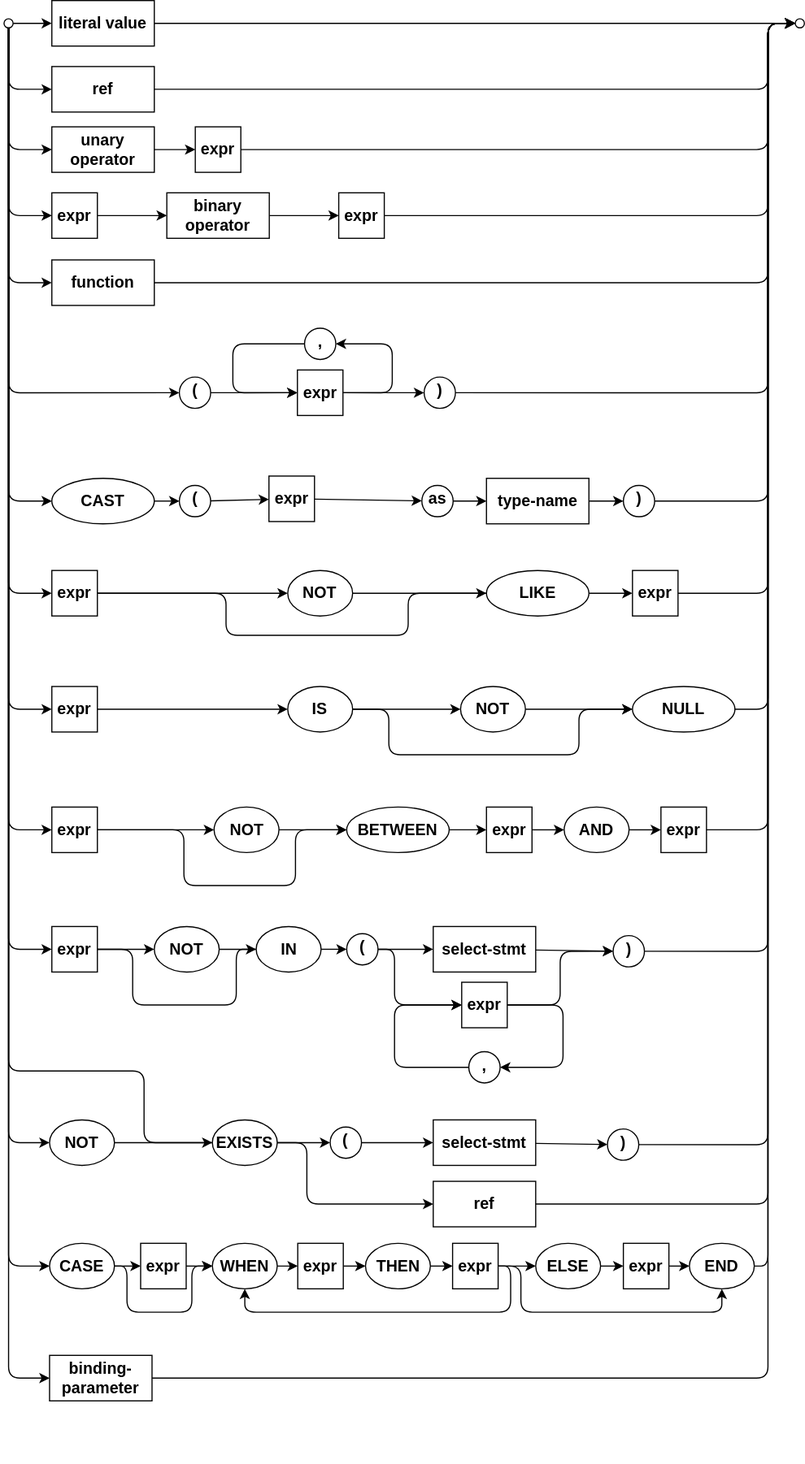
Above: assets/cxl/expr.drawio.svg in capire/docs (draw.io), before the change. Source tidied: cells renumbered, new cells last; positions are measured from the earlier drawing's top-left corner, leaving out a move shared by most shapes.
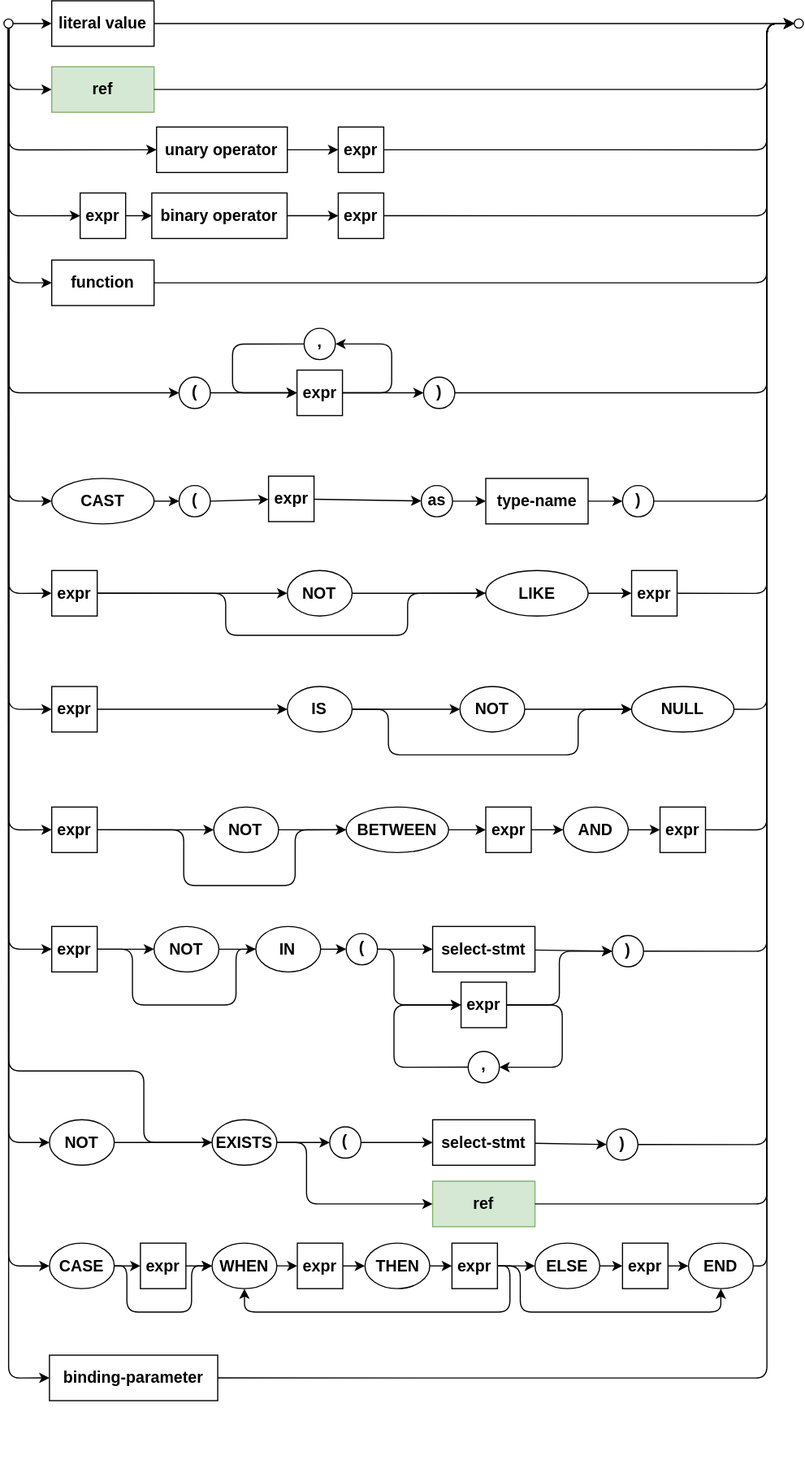
Later version of the same file.

The edit, as a diff of the source:
```diff
@@ -30,7 +30,7 @@
     <mxCell id="9" value="literal value" style="rounded=0;strokeWidth=1;arcSize=37;textDirection=ltr;verticalAlign=middle;spacing=2;fontSize=14;fontStyle=1;horizontal=1;whiteSpace=wrap;html=1;labelBorderColor=none;textShadow=0;perimeterSpacing=0;fillStyle=auto;" parent="1" vertex="1">
       <mxGeometry x="42" width="90" height="40" as="geometry" />
     </mxCell>
-    <mxCell id="10" value="ref" style="rounded=0;strokeWidth=1;arcSize=37;textDirection=ltr;verticalAlign=middle;spacing=2;fontSize=14;fontStyle=1;horizontal=1;whiteSpace=wrap;html=1;labelBorderColor=none;textShadow=0;perimeterSpacing=0;fillStyle=auto;" parent="1" vertex="1">
+    <mxCell id="10" value="ref" style="rounded=0;strokeWidth=1;arcSize=37;textDirection=ltr;verticalAlign=middle;spacing=2;fontSize=14;fontStyle=1;horizontal=1;whiteSpace=wrap;html=1;labelBorderColor=none;textShadow=0;perimeterSpacing=0;fillStyle=auto;fillColor=#d5e8d4;strokeColor=#82b366;" parent="1" vertex="1">
       <mxGeometry x="42" y="58" width="90" height="40" as="geometry" />
     </mxCell>
     <mxCell id="11" style="edgeStyle=orthogonalEdgeStyle;rounded=1;jettySize=auto;exitX=1;exitY=0.5;exitDx=0;exitDy=0;entryX=0;entryY=0.5;entryDx=0;entryDy=0;startArrow=none;startFill=0;endArrow=classic;endFill=1;startSize=6;endSize=6;align=center;textDirection=ltr;verticalAlign=middle;spacing=2;strokeWidth=1;fontSize=14;fontStyle=1;horizontal=1;html=1;labelBorderColor=none;textShadow=0;" parent="1" edge="1" source="10" target="7">
@@ -45,7 +45,7 @@
       <mxGeometry relative="1" as="geometry" />
     </mxCell>
     <mxCell id="13" value="expr" style="rounded=0;strokeWidth=1;arcSize=37;textDirection=ltr;verticalAlign=middle;spacing=2;fontSize=14;fontStyle=1;horizontal=1;whiteSpace=wrap;html=1;labelBorderColor=none;textShadow=0;strokeColor=default;align=center;fontFamily=Helvetica;fontColor=default;fillColor=default;perimeterSpacing=0;fillStyle=auto;" parent="1" vertex="1">
-      <mxGeometry x="168" y="111" width="40" height="40" as="geometry" />
+      <mxGeometry x="294" y="111" width="40" height="40" as="geometry" />
     </mxCell>
     <mxCell id="14" style="edgeStyle=orthogonalEdgeStyle;rounded=1;jettySize=auto;exitX=1;exitY=0.5;exitDx=0;exitDy=0;entryX=0;entryY=0.5;entryDx=0;entryDy=0;startArrow=none;startFill=0;endArrow=classic;endFill=1;startSize=6;endSize=6;align=center;textDirection=ltr;verticalAlign=middle;spacing=2;strokeWidth=1;fontSize=14;fontStyle=1;horizontal=1;html=1;labelBorderColor=none;textShadow=0;" parent="1" edge="1" source="13" target="7">
       <mxGeometry relative="1" as="geometry">
@@ -62,7 +62,7 @@
       <mxGeometry relative="1" as="geometry" />
     </mxCell>
     <mxCell id="17" value="expr" style="rounded=0;strokeWidth=1;arcSize=37;textDirection=ltr;verticalAlign=middle;spacing=2;fontSize=14;fontStyle=1;horizontal=1;whiteSpace=wrap;html=1;labelBorderColor=none;textShadow=0;" parent="1" vertex="1">
-      <mxGeometry x="42" y="169" width="40" height="40" as="geometry" />
+      <mxGeometry x="67" y="169" width="40" height="40" as="geometry" />
     </mxCell>
     <mxCell id="18" value="expr" style="rounded=0;strokeWidth=1;arcSize=37;textDirection=ltr;verticalAlign=middle;spacing=2;fontSize=14;fontStyle=1;horizontal=1;whiteSpace=wrap;html=1;labelBorderColor=none;textShadow=0;strokeColor=default;align=center;fontFamily=Helvetica;fontColor=default;fillColor=default;" parent="1" vertex="1">
       <mxGeometry x="294" y="169" width="40" height="40" as="geometry" />
@@ -95,13 +95,13 @@
     <mxCell id="24" style="edgeStyle=none;entryX=0;entryY=0.5;entryDx=0;entryDy=0;textDirection=ltr;verticalAlign=middle;spacing=2;strokeWidth=1;fontSize=14;fontStyle=1;horizontal=1;html=1;labelBorderColor=none;textShadow=0;" parent="1" edge="1" source="25" target="23">
       <mxGeometry relative="1" as="geometry" />
     </mxCell>
-    <mxCell id="25" value="(" style="ellipse;verticalAlign=middle;spacingBottom=4;textDirection=ltr;spacing=2;strokeWidth=1;fontSize=14;fontStyle=1;horizontal=1;whiteSpace=wrap;html=1;labelBorderColor=none;textShadow=0;" parent="1" vertex="1">
+    <mxCell id="25" value="(" style="ellipse;verticalAlign=top;spacingBottom=4;textDirection=ltr;spacing=0;strokeWidth=1;fontSize=14;fontStyle=1;horizontal=1;whiteSpace=wrap;html=1;labelBorderColor=none;textShadow=0;" parent="1" vertex="1">
       <mxGeometry x="154" y="331" width="27.5" height="27.5" as="geometry" />
     </mxCell>
     <mxCell id="26" value="," style="ellipse;verticalAlign=middle;spacingBottom=4;textDirection=ltr;spacing=2;strokeWidth=1;fontSize=14;fontStyle=1;horizontal=1;whiteSpace=wrap;html=1;labelBorderColor=none;textShadow=0;" parent="1" vertex="1">
       <mxGeometry x="263.9" y="288" width="27.5" height="27.5" as="geometry" />
     </mxCell>
-    <mxCell id="27" value=")" style="ellipse;verticalAlign=middle;spacingBottom=4;textDirection=ltr;spacing=2;strokeWidth=1;fontSize=14;fontStyle=1;horizontal=1;whiteSpace=wrap;html=1;labelBorderColor=none;textShadow=0;" parent="1" vertex="1">
+    <mxCell id="27" value=")" style="ellipse;verticalAlign=top;spacingBottom=4;textDirection=ltr;spacing=0;strokeWidth=1;fontSize=14;fontStyle=1;horizontal=1;whiteSpace=wrap;html=1;labelBorderColor=none;textShadow=0;" parent="1" vertex="1">
       <mxGeometry x="369" y="331" width="27.5" height="27.5" as="geometry" />
     </mxCell>
     <mxCell id="28" style="edgeStyle=orthogonalEdgeStyle;rounded=1;jettySize=auto;exitX=1;exitY=0.5;exitDx=0;exitDy=0;entryX=1;entryY=0.5;entryDx=0;entryDy=0;startArrow=none;startFill=0;endArrow=classic;endFill=1;startSize=6;endSize=6;align=center;textDirection=ltr;verticalAlign=middle;spacing=2;strokeWidth=1;fontSize=14;fontStyle=1;horizontal=1;html=1;labelBorderColor=none;textShadow=0;" parent="1" edge="1" source="23" target="26">
@@ -144,7 +144,7 @@
     <mxCell id="34" style="edgeStyle=none;textDirection=ltr;verticalAlign=middle;spacing=2;strokeWidth=1;fontSize=14;fontStyle=1;horizontal=1;html=1;labelBorderColor=none;textShadow=0;" parent="1" edge="1" source="35" target="37">
       <mxGeometry relative="1" as="geometry" />
     </mxCell>
-    <mxCell id="35" value="(" style="ellipse;verticalAlign=middle;spacingBottom=4;textDirection=ltr;spacing=2;strokeWidth=1;fontSize=14;fontStyle=1;horizontal=1;whiteSpace=wrap;html=1;labelBorderColor=none;textShadow=0;" parent="1" vertex="1">
+    <mxCell id="35" value="(" style="ellipse;verticalAlign=top;spacingBottom=4;textDirection=ltr;spacing=0;strokeWidth=1;fontSize=14;fontStyle=1;horizontal=1;whiteSpace=wrap;html=1;labelBorderColor=none;textShadow=0;" parent="1" vertex="1">
       <mxGeometry x="154" y="426.2" width="27.5" height="27.5" as="geometry" />
     </mxCell>
     <mxCell id="36" style="edgeStyle=none;textDirection=ltr;verticalAlign=middle;spacing=2;strokeWidth=1;fontSize=14;fontStyle=1;horizontal=1;html=1;labelBorderColor=none;textShadow=0;" parent="1" edge="1" source="37" target="39">
@@ -156,7 +156,7 @@
     <mxCell id="38" style="edgeStyle=none;textDirection=ltr;verticalAlign=middle;spacing=2;strokeWidth=1;fontSize=14;fontStyle=1;horizontal=1;html=1;labelBorderColor=none;textShadow=0;" parent="1" edge="1" source="39" target="41">
       <mxGeometry relative="1" as="geometry" />
     </mxCell>
-    <mxCell id="39" value="as" style="ellipse;verticalAlign=middle;spacingBottom=4;textDirection=ltr;spacing=2;strokeWidth=1;fontSize=14;fontStyle=1;horizontal=1;whiteSpace=wrap;html=1;labelBorderColor=none;textShadow=0;" parent="1" vertex="1">
+    <mxCell id="39" value="as" style="ellipse;verticalAlign=top;spacingBottom=4;textDirection=ltr;spacing=0;strokeWidth=1;fontSize=14;fontStyle=1;horizontal=1;whiteSpace=wrap;html=1;labelBorderColor=none;textShadow=0;" parent="1" vertex="1">
       <mxGeometry x="367" y="426.2" width="27.5" height="27.5" as="geometry" />
     </mxCell>
     <mxCell id="40" style="edgeStyle=none;textDirection=ltr;verticalAlign=middle;spacing=2;strokeWidth=1;fontSize=14;fontStyle=1;horizontal=1;html=1;labelBorderColor=none;textShadow=0;" parent="1" edge="1" source="41" target="42">
@@ -165,7 +165,7 @@
     <mxCell id="41" value="type-name" style="rounded=0;strokeWidth=1;arcSize=37;textDirection=ltr;verticalAlign=middle;spacing=2;fontSize=14;fontStyle=1;horizontal=1;whiteSpace=wrap;html=1;labelBorderColor=none;textShadow=0;" parent="1" vertex="1">
       <mxGeometry x="423.8" y="420" width="90" height="40" as="geometry" />
     </mxCell>
-    <mxCell id="42" value=")" style="ellipse;verticalAlign=middle;spacingBottom=4;textDirection=ltr;spacing=2;strokeWidth=1;fontSize=14;fontStyle=1;horizontal=1;whiteSpace=wrap;html=1;labelBorderColor=none;textShadow=0;" parent="1" vertex="1">
+    <mxCell id="42" value=")" style="ellipse;verticalAlign=top;spacingBottom=4;textDirection=ltr;spacing=0;strokeWidth=1;fontSize=14;fontStyle=1;horizontal=1;whiteSpace=wrap;html=1;labelBorderColor=none;textShadow=0;" parent="1" vertex="1">
       <mxGeometry x="544" y="426.2" width="27.5" height="27.5" as="geometry" />
     </mxCell>
     <mxCell id="43" style="edgeStyle=orthogonalEdgeStyle;rounded=1;jettySize=auto;exitX=1;exitY=0.5;exitDx=0;exitDy=0;entryX=0;entryY=0.5;entryDx=0;entryDy=0;startArrow=none;startFill=0;endArrow=classic;endFill=1;startSize=6;endSize=6;align=center;textDirection=ltr;verticalAlign=middle;spacing=2;strokeWidth=1;fontSize=14;fontStyle=1;horizontal=1;html=1;labelBorderColor=none;textShadow=0;" parent="1" edge="1" source="42" target="7">
@@ -351,10 +351,10 @@
     <mxCell id="87" style="edgeStyle=none;textDirection=ltr;verticalAlign=middle;spacing=2;strokeWidth=1;fontSize=14;fontStyle=1;horizontal=1;html=1;labelBorderColor=none;textShadow=0;" parent="1" edge="1" source="88" target="86">
       <mxGeometry relative="1" as="geometry" />
     </mxCell>
-    <mxCell id="88" value="(" style="ellipse;verticalAlign=middle;spacingBottom=4;textDirection=ltr;spacing=2;strokeWidth=1;fontSize=14;fontStyle=1;horizontal=1;whiteSpace=wrap;html=1;labelBorderColor=none;textShadow=0;" parent="1" vertex="1">
+    <mxCell id="88" value="(" style="ellipse;verticalAlign=top;spacingBottom=4;textDirection=ltr;spacing=0;strokeWidth=1;fontSize=14;fontStyle=1;horizontal=1;whiteSpace=wrap;html=1;labelBorderColor=none;textShadow=0;" parent="1" vertex="1">
       <mxGeometry x="301" y="820.2" width="27.5" height="27.5" as="geometry" />
     </mxCell>
-    <mxCell id="89" value=")" style="ellipse;verticalAlign=middle;spacingBottom=4;textDirection=ltr;spacing=2;strokeWidth=1;fontSize=14;fontStyle=1;horizontal=1;whiteSpace=wrap;html=1;labelBorderColor=none;textShadow=0;" parent="1" vertex="1">
+    <mxCell id="89" value=")" style="ellipse;verticalAlign=top;spacingBottom=4;textDirection=ltr;spacing=0;strokeWidth=1;fontSize=14;fontStyle=1;horizontal=1;whiteSpace=wrap;html=1;labelBorderColor=none;textShadow=0;" parent="1" vertex="1">
       <mxGeometry x="535" y="822" width="27.5" height="27.5" as="geometry" />
     </mxCell>
     <mxCell id="90" value="expr" style="rounded=0;strokeWidth=1;arcSize=37;textDirection=ltr;verticalAlign=middle;spacing=2;fontSize=14;fontStyle=1;horizontal=1;whiteSpace=wrap;html=1;labelBorderColor=none;textShadow=0;strokeColor=default;align=center;fontFamily=Helvetica;fontColor=default;fillColor=default;" parent="1" vertex="1">
@@ -434,10 +434,10 @@
     <mxCell id="106" style="edgeStyle=none;textDirection=ltr;verticalAlign=middle;spacing=2;strokeWidth=1;fontSize=14;fontStyle=1;horizontal=1;html=1;labelBorderColor=none;textShadow=0;" parent="1" edge="1" source="107" target="105">
       <mxGeometry relative="1" as="geometry" />
     </mxCell>
-    <mxCell id="107" value="(" style="ellipse;verticalAlign=middle;spacingBottom=4;textDirection=ltr;spacing=2;strokeWidth=1;fontSize=14;fontStyle=1;horizontal=1;whiteSpace=wrap;html=1;labelBorderColor=none;textShadow=0;" parent="1" vertex="1">
+    <mxCell id="107" value="(" style="ellipse;verticalAlign=top;spacingBottom=4;textDirection=ltr;spacing=0;strokeWidth=1;fontSize=14;fontStyle=1;horizontal=1;whiteSpace=wrap;html=1;labelBorderColor=none;textShadow=0;" parent="1" vertex="1">
       <mxGeometry x="286.5" y="990.2" width="27.5" height="27.5" as="geometry" />
     </mxCell>
-    <mxCell id="108" value=")" style="ellipse;verticalAlign=middle;spacingBottom=4;textDirection=ltr;spacing=2;strokeWidth=1;fontSize=14;fontStyle=1;horizontal=1;whiteSpace=wrap;html=1;labelBorderColor=none;textShadow=0;" parent="1" vertex="1">
+    <mxCell id="108" value=")" style="ellipse;verticalAlign=top;spacingBottom=4;textDirection=ltr;spacing=0;strokeWidth=1;fontSize=14;fontStyle=1;horizontal=1;whiteSpace=wrap;html=1;labelBorderColor=none;textShadow=0;" parent="1" vertex="1">
       <mxGeometry x="530" y="992" width="27.5" height="27.5" as="geometry" />
     </mxCell>
     <mxCell id="109" style="edgeStyle=orthogonalEdgeStyle;rounded=1;jettySize=auto;exitX=1;exitY=0.5;exitDx=0;exitDy=0;entryX=0;entryY=0.5;entryDx=0;entryDy=0;startArrow=none;startFill=0;endArrow=classic;endFill=1;startSize=6;endSize=6;align=center;textDirection=ltr;verticalAlign=middle;spacing=2;strokeWidth=1;fontSize=14;fontStyle=1;horizontal=1;html=1;labelBorderColor=none;textShadow=0;" parent="1" edge="1" source="108" target="7">
@@ -545,16 +545,16 @@
       </mxGeometry>
     </mxCell>
     <mxCell id="134" value="unary operator" style="rounded=0;strokeWidth=1;arcSize=37;textDirection=ltr;verticalAlign=middle;spacing=2;fontSize=14;fontStyle=1;horizontal=1;whiteSpace=wrap;html=1;labelBorderColor=none;textShadow=0;perimeterSpacing=0;fillStyle=auto;" parent="1" vertex="1">
-      <mxGeometry x="42" y="111" width="90" height="40" as="geometry" />
+      <mxGeometry x="134.2" y="111" width="115" height="40" as="geometry" />
     </mxCell>
     <mxCell id="135" style="edgeStyle=none;html=1;exitX=1;exitY=0.5;exitDx=0;exitDy=0;entryX=0;entryY=0.5;entryDx=0;entryDy=0;" parent="1" edge="1" source="136" target="18">
       <mxGeometry relative="1" as="geometry" />
     </mxCell>
     <mxCell id="136" value="binary operator" style="rounded=0;strokeWidth=1;arcSize=37;textDirection=ltr;verticalAlign=middle;spacing=2;fontSize=14;fontStyle=1;horizontal=1;whiteSpace=wrap;html=1;labelBorderColor=none;textShadow=0;perimeterSpacing=0;fillStyle=auto;" parent="1" vertex="1">
-      <mxGeometry x="143" y="169" width="90" height="40" as="geometry" />
+      <mxGeometry x="130" y="169" width="119" height="40" as="geometry" />
     </mxCell>
     <mxCell id="137" value="binding-parameter" style="rounded=0;strokeWidth=1;arcSize=37;textDirection=ltr;verticalAlign=middle;spacing=2;fontSize=14;fontStyle=1;horizontal=1;whiteSpace=wrap;html=1;labelBorderColor=none;textShadow=0;" parent="1" vertex="1">
-      <mxGeometry x="40" y="1191" width="90" height="40" as="geometry" />
+      <mxGeometry x="40" y="1191" width="148" height="40" as="geometry" />
     </mxCell>
     <mxCell id="138" style="edgeStyle=orthogonalEdgeStyle;rounded=1;jettySize=auto;html=1;exitX=0.5;exitY=1;exitDx=0;exitDy=0;entryX=0;entryY=0.5;entryDx=0;entryDy=0;startArrow=none;startFill=0;endArrow=classic;endFill=1;startSize=6;endSize=6;align=center;fontSize=12;labelBackgroundColor=none;" parent="1" edge="1" source="4" target="137">
       <mxGeometry relative="1" as="geometry" />
@@ -567,7 +567,7 @@
         </Array>
       </mxGeometry>
     </mxCell>
-    <mxCell id="140" value="ref" style="rounded=0;strokeWidth=1;arcSize=37;textDirection=ltr;verticalAlign=middle;spacing=2;fontSize=14;fontStyle=1;horizontal=1;whiteSpace=wrap;html=1;labelBorderColor=none;textShadow=0;" parent="1" vertex="1">
+    <mxCell id="140" value="ref" style="rounded=0;strokeWidth=1;arcSize=37;textDirection=ltr;verticalAlign=middle;spacing=2;fontSize=14;fontStyle=1;horizontal=1;whiteSpace=wrap;html=1;labelBorderColor=none;textShadow=0;fillColor=#d5e8d4;strokeColor=#82b366;" parent="1" vertex="1">
       <mxGeometry x="377" y="1038" width="90" height="40" as="geometry" />
     </mxCell>
     <mxCell id="141" style="edgeStyle=orthogonalEdgeStyle;rounded=1;jettySize=auto;html=1;exitX=1;exitY=0.5;exitDx=0;exitDy=0;entryX=0;entryY=0.5;entryDx=0;entryDy=0;startArrow=none;startFill=0;endArrow=classic;endFill=1;startSize=6;endSize=6;align=center;fontSize=12;labelBackgroundColor=none;" parent="1" edge="1" source="101" target="140">
```
